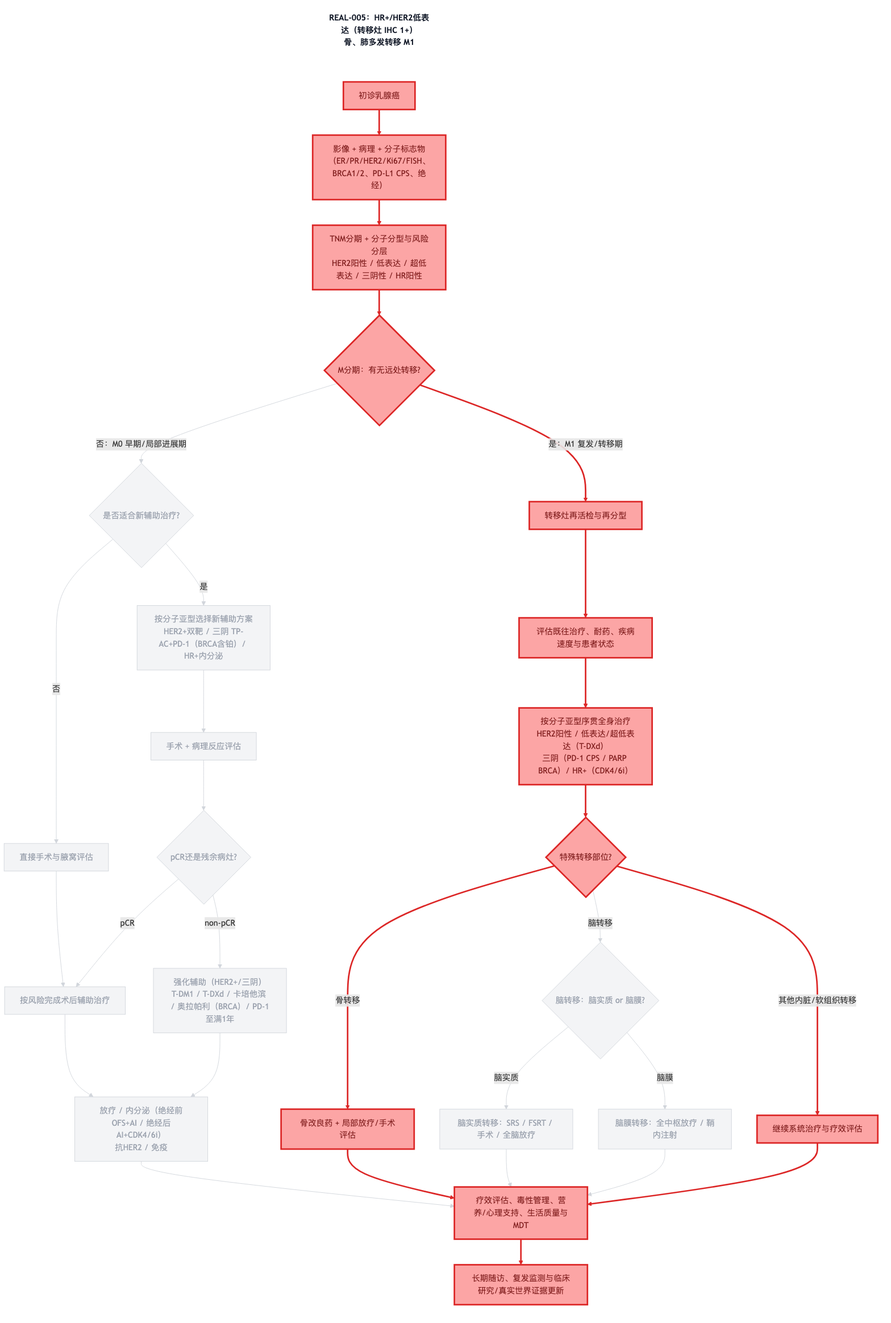
Before: diagrams/decision-chain-REAL-005.png, a diagram exported from Mermaid (dongjb741280/breast-cancer). Its source is kept beside it as diagrams/decision-chain-REAL-005.mmd.
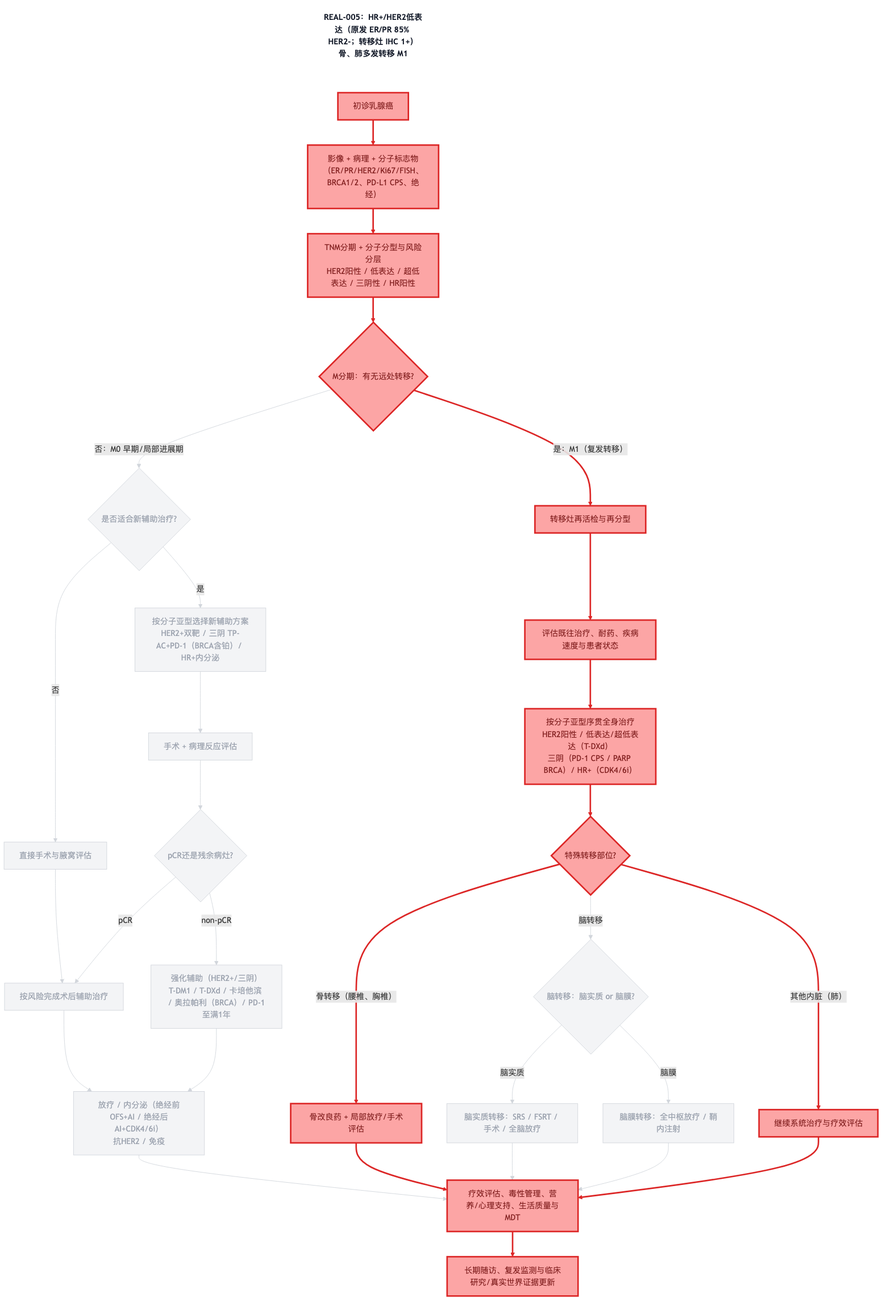
The same file after the commit.

The edit, as a diff of the source:
```diff
@@ -1,5 +1,5 @@
 graph TD
-    TITLE["REAL-005：HR+/HER2低表达（转移灶 IHC 1+）<br/>骨、肺多发转移 M1"]
+    TITLE["REAL-005：HR+/HER2低表达（原发 ER/PR 85% HER2-；转移灶 IHC 1+）<br/>骨、肺多发转移 M1"]
     A[初诊乳腺癌]
     B[影像 + 病理 + 分子标志物<br/>（ER/PR/HER2/Ki67/FISH、BRCA1/2、PD-L1 CPS、绝经）]
     C[TNM分期 + 分子分型与风险分层<br/>HER2阳性 / 低表达 / 超低表达 / 三阴性 / HR阳性]
@@ -36,13 +36,13 @@
     I -->|non-pCR| K
     J --> L
     K --> L
-    D -->|是：M1 复发/转移期| M
+    D -->|是：M1（复发转移）| M
     M --> N
     N --> O
     O --> P
-    P -->|骨转移| Q
+    P -->|骨转移（腰椎、胸椎）| Q
     P -->|脑转移| R
-    P -->|其他内脏/软组织转移| S
+    P -->|其他内脏（肺）| S
     R -->|脑实质| R1
     R -->|脑膜| R2
     L --> T
```
